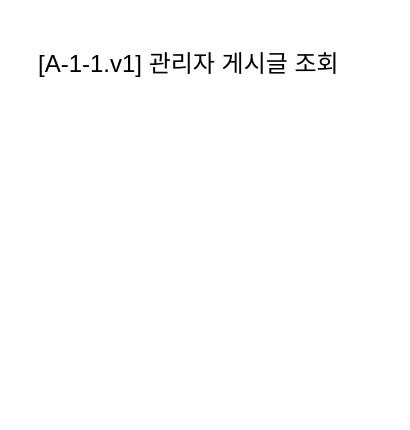
powdercat/drawio keeps this draw.io diagram as drawio/drawio.drawio. Above is the earlier version. Source tidied: cells renumbered, new cells numbered last; positions are measured from the earlier drawing's top-left corner, leaving out a move shared by most shapes. Both pictures are drawn from the tidied source at 200%, with x=0, y=0 at pixel (34, 34).
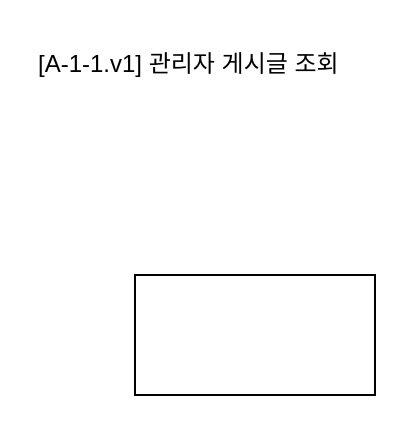
Above is the later version.

Change to the diagram source:
```diff
@@
 <mxGraphModel>
   <root>
     <mxCell id="0" />
     <mxCell id="1" parent="0" />
     <mxCell id="2" value="[A-1-1.v1] 관리자 게시글 조회" style="text;html=1;align=left;verticalAlign=middle;strokeColor=none;fillColor=none;" parent="1" vertex="1">
       <mxGeometry width="170" height="30" as="geometry" />
     </mxCell>
+    <mxCell id="3" style="rounded=0;whiteSpace=wrap;html=1;" parent="1" vertex="1">
+      <mxGeometry x="50" y="120" width="120" height="60" as="geometry" />
+    </mxCell>
   </root>
 </mxGraphModel>
```
